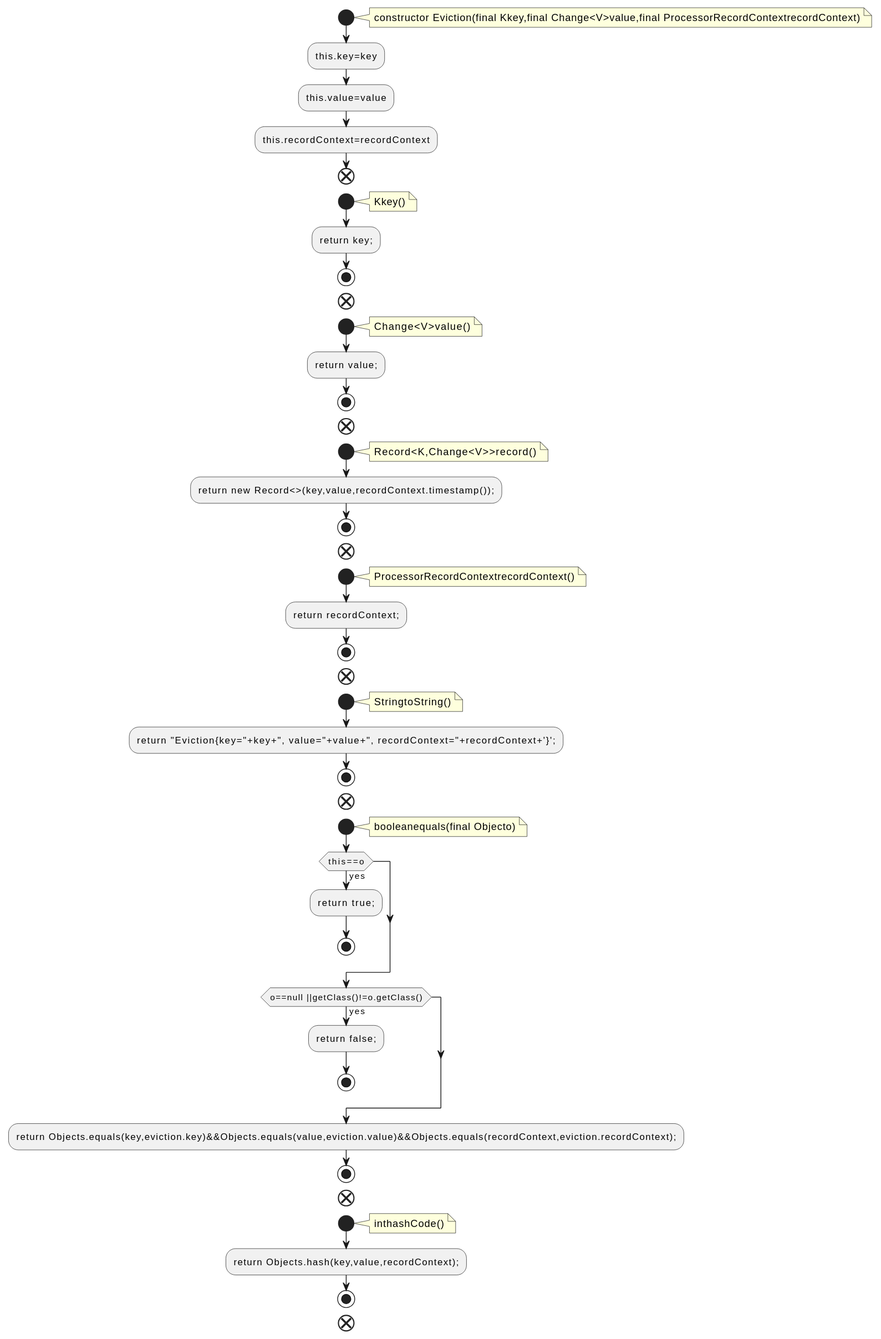
Earlier version of the PlantUML export docs/qc/streams/src/main/java/org/apache/kafka/streams/state/internals/TimeOrderedKeyValueBuffer.java.fct.svg (qualitesys/kafka).
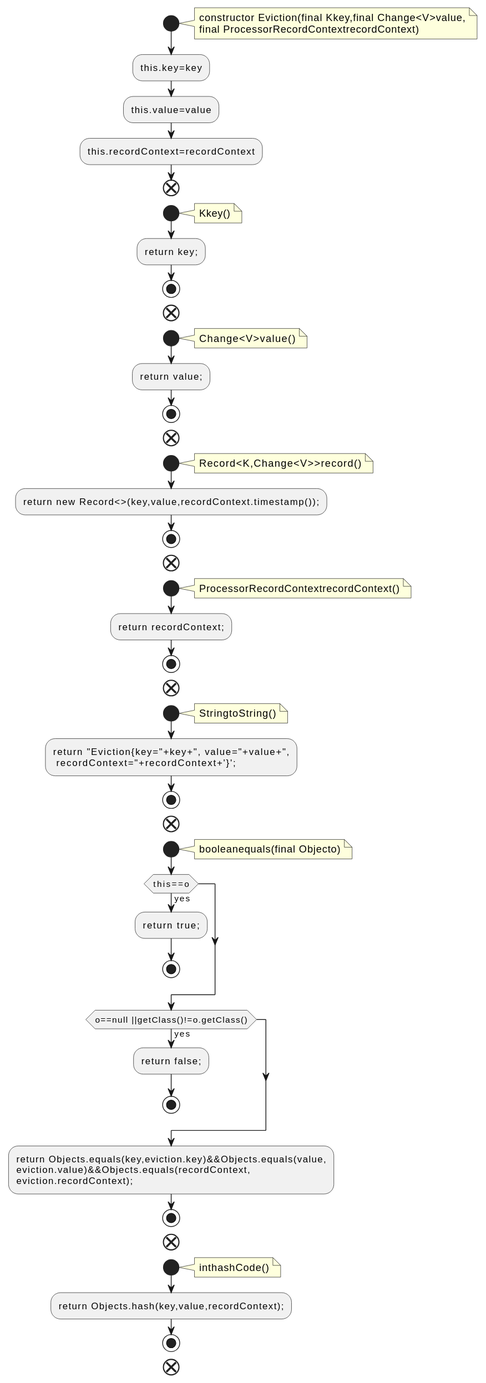
The same diagram one commit later.

Change to the diagram source:
```diff
@@ -2,7 +2,8 @@
 !pragma layout smetana
 start
 note right
-constructor Eviction(final Kkey,final Change<V>value,final ProcessorRecordContextrecordContext)
+constructor Eviction(final Kkey,final Change<V>value,
+final ProcessorRecordContextrecordContext)
 end note
 :this.key=key;
 :this.value=value;
@@ -40,7 +41,8 @@
 note right
 StringtoString()
 end note
-:return "Eviction{key="+key+", value="+value+", recordContext="+recordContext+'}';;
+:return "Eviction{key="+key+", value="+value+",
+ recordContext="+recordContext+'}';;
 stop
 end
 start
@@ -55,7 +57,9 @@
 :return false;;
 stop
 endif
-:return Objects.equals(key,eviction.key)&&Objects.equals(value,eviction.value)&&Objects.equals(recordContext,eviction.recordContext);;
+:return Objects.equals(key,eviction.key)&&Objects.equals(value,
+eviction.value)&&Objects.equals(recordContext,
+eviction.recordContext);;
 stop
 end
 start
```
